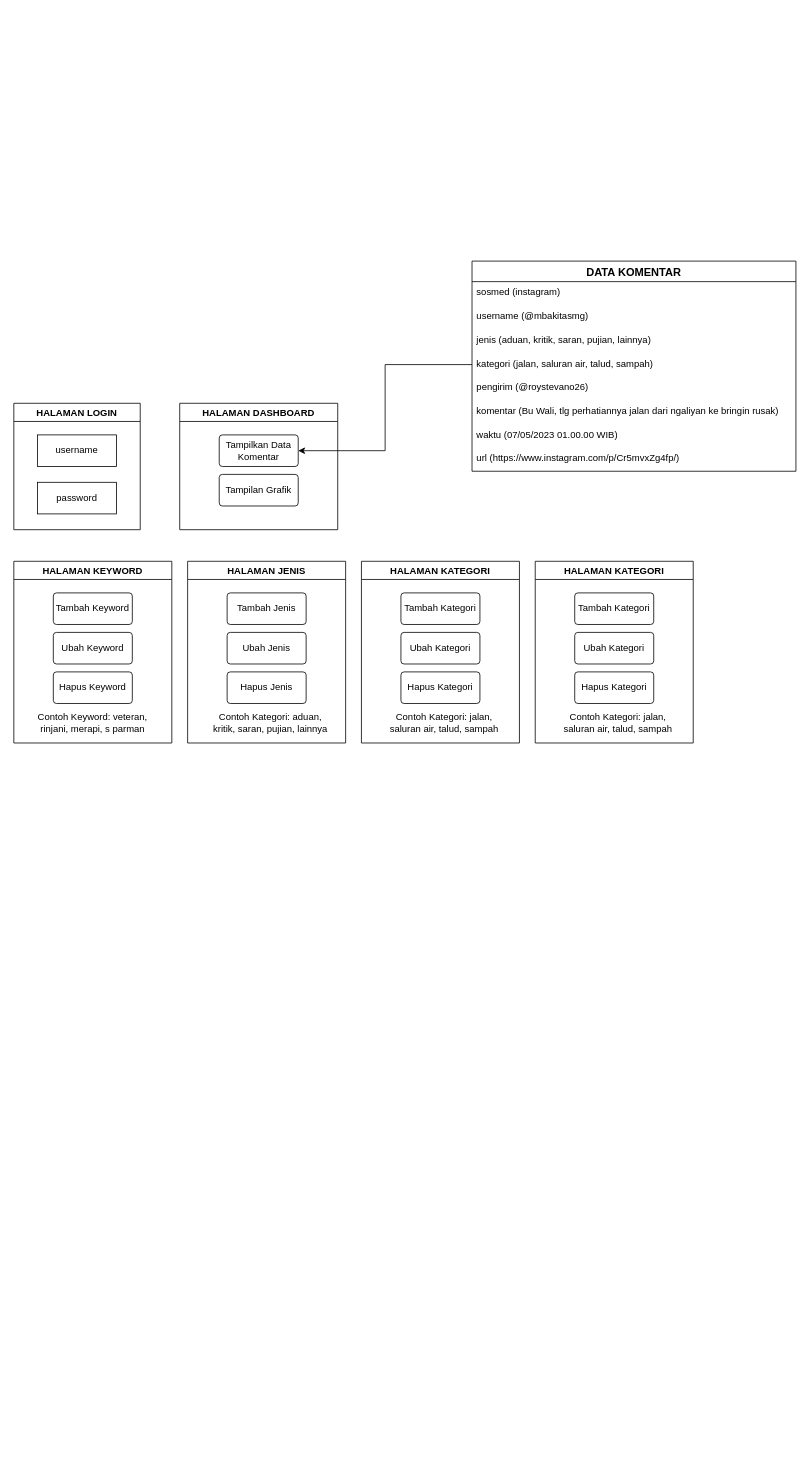
Earlier version of the draw.io diagram Si Pantau Aduan.drawio (thiovan/diagrams.net). Source tidied: cells renumbered, new cells numbered last; positions are measured from the earlier drawing's top-left corner, leaving out a move shared by most shapes. Both pictures are drawn from the tidied source at 79%, with x=0, y=0 at pixel (13, 261).
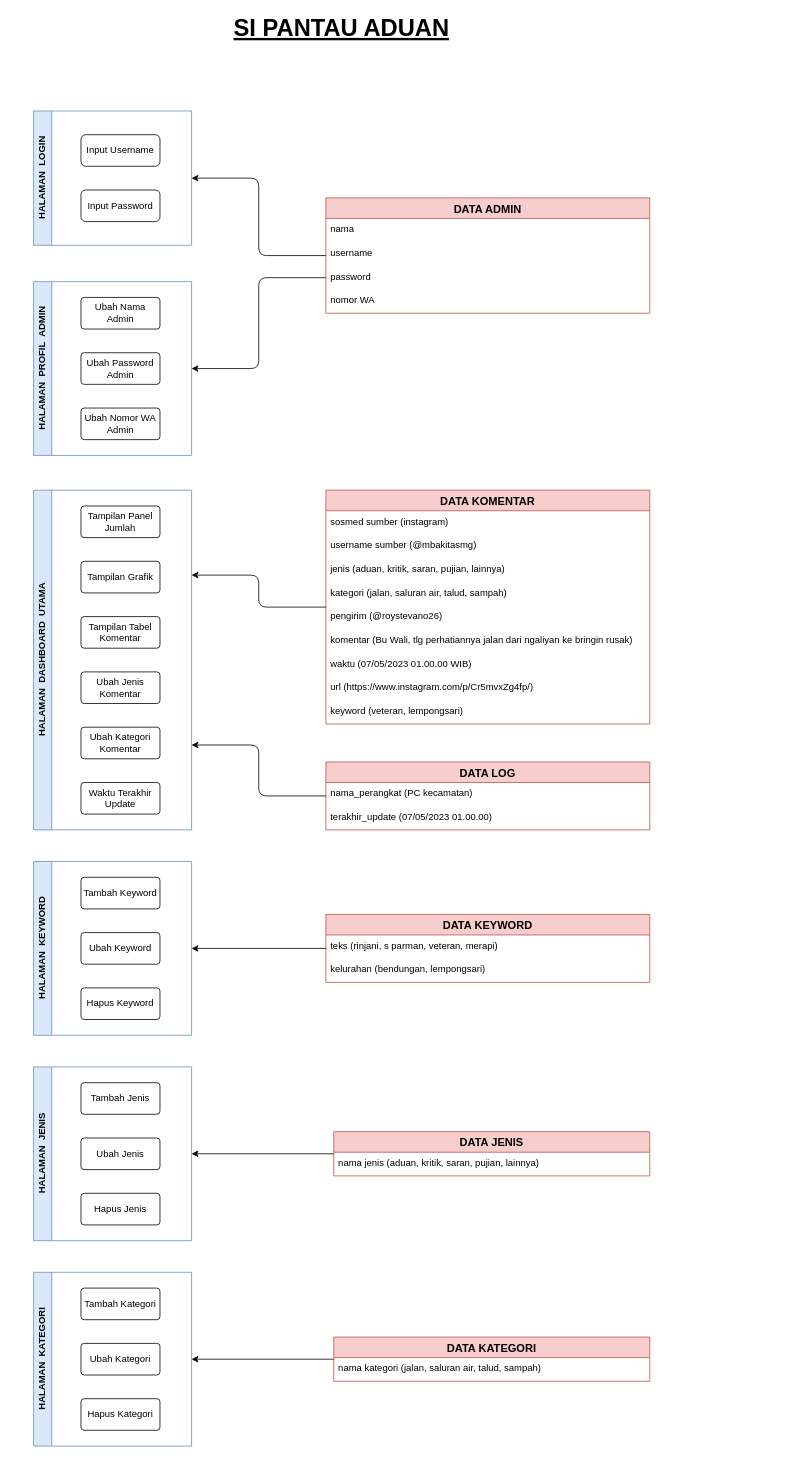
After the change.

The change refers to these unchanged cells:
```xml
<mxCell id="32" value="kategori (jalan, saluran air, talud, sampah)" style="text;strokeColor=none;fillColor=none;spacingLeft=4;spacingRight=4;overflow=hidden;points=[[0,0.5],[1,0.5]];portConstraint=eastwest;fontSize=12;" parent="28" vertex="1">
  <mxGeometry y="116" width="410" height="30" as="geometry" />
</mxCell>
```

Change to the diagram source:
```diff
@@
-    <mxCell id="2" value="HALAMAN LOGIN" style="swimlane;whiteSpace=wrap;html=1;" parent="1" vertex="1">
-      <mxGeometry y="180" width="160" height="160" as="geometry" />
-    </mxCell>
-    <mxCell id="3" value="username" style="whiteSpace=wrap;html=1;align=center;" parent="2" vertex="1">
-      <mxGeometry x="30" y="40" width="100" height="40" as="geometry" />
-    </mxCell>
-    <mxCell id="4" value="password" style="whiteSpace=wrap;html=1;align=center;" parent="2" vertex="1">
-      <mxGeometry x="30" y="100" width="100" height="40" as="geometry" />
-    </mxCell>
-    <mxCell id="5" value="HALAMAN KEYWORD" style="swimlane;whiteSpace=wrap;html=1;" parent="1" vertex="1">
-      <mxGeometry y="380" width="200" height="230" as="geometry" />
-    </mxCell>
-    <mxCell id="6" value="Tambah Keyword" style="rounded=1;arcSize=10;whiteSpace=wrap;html=1;align=center;" parent="5" vertex="1">
-      <mxGeometry x="50" y="40" width="100" height="40" as="geometry" />
-    </mxCell>
-    <mxCell id="7" value="Ubah Keyword" style="rounded=1;arcSize=10;whiteSpace=wrap;html=1;align=center;" parent="5" vertex="1">
-      <mxGeometry x="50" y="90" width="100" height="40" as="geometry" />
-    </mxCell>
-    <mxCell id="8" value="Hapus Keyword" style="rounded=1;arcSize=10;whiteSpace=wrap;html=1;align=center;" parent="5" vertex="1">
-      <mxGeometry x="50" y="140" width="100" height="40" as="geometry" />
-    </mxCell>
-    <mxCell id="9" value="Contoh Keyword: veteran, rinjani, merapi, s parman" style="text;html=1;strokeColor=none;fillColor=none;align=center;verticalAlign=middle;whiteSpace=wrap;rounded=0;" parent="5" vertex="1">
-      <mxGeometry x="20" y="190" width="160" height="30" as="geometry" />
-    </mxCell>
-    <mxCell id="10" value="HALAMAN JENIS" style="swimlane;whiteSpace=wrap;html=1;" parent="1" vertex="1">
-      <mxGeometry x="220" y="380" width="200" height="230" as="geometry" />
-    </mxCell>
-    <mxCell id="11" value="Tambah Jenis" style="rounded=1;arcSize=10;whiteSpace=wrap;html=1;align=center;" parent="10" vertex="1">
-      <mxGeometry x="50" y="40" width="100" height="40" as="geometry" />
-    </mxCell>
-    <mxCell id="12" value="Ubah Jenis" style="rounded=1;arcSize=10;whiteSpace=wrap;html=1;align=center;" parent="10" vertex="1">
-      <mxGeometry x="50" y="90" width="100" height="40" as="geometry" />
-    </mxCell>
-    <mxCell id="13" value="Hapus Jenis" style="rounded=1;arcSize=10;whiteSpace=wrap;html=1;align=center;" parent="10" vertex="1">
-      <mxGeometry x="50" y="140" width="100" height="40" as="geometry" />
-    </mxCell>
-    <mxCell id="14" value="Contoh Kategori: aduan, kritik, saran, pujian, lainnya" style="text;html=1;strokeColor=none;fillColor=none;align=center;verticalAlign=middle;whiteSpace=wrap;rounded=0;" parent="10" vertex="1">
-      <mxGeometry x="25" y="190" width="160" height="30" as="geometry" />
-    </mxCell>
-    <mxCell id="15" value="HALAMAN KATEGORI" style="swimlane;whiteSpace=wrap;html=1;" parent="1" vertex="1">
-      <mxGeometry x="440" y="380" width="200" height="230" as="geometry" />
-    </mxCell>
-    <mxCell id="16" value="Tambah Kategori" style="rounded=1;arcSize=10;whiteSpace=wrap;html=1;align=center;" parent="15" vertex="1">
-      <mxGeometry x="50" y="40" width="100" height="40" as="geometry" />
-    </mxCell>
-    <mxCell id="17" value="Ubah Kategori" style="rounded=1;arcSize=10;whiteSpace=wrap;html=1;align=center;" parent="15" vertex="1">
-      <mxGeometry x="50" y="90" width="100" height="40" as="geometry" />
-    </mxCell>
-    <mxCell id="18" value="Hapus Kategori" style="rounded=1;arcSize=10;whiteSpace=wrap;html=1;align=center;" parent="15" vertex="1">
-      <mxGeometry x="50" y="140" width="100" height="40" as="geometry" />
-    </mxCell>
-    <mxCell id="19" value="Contoh Kategori: jalan, saluran air, talud, sampah" style="text;html=1;strokeColor=none;fillColor=none;align=center;verticalAlign=middle;whiteSpace=wrap;rounded=0;" parent="15" vertex="1">
-      <mxGeometry x="25" y="190" width="160" height="30" as="geometry" />
-    </mxCell>
-    <mxCell id="20" value="HALAMAN KATEGORI" style="swimlane;whiteSpace=wrap;html=1;" parent="1" vertex="1">
-      <mxGeometry x="660" y="380" width="200" height="230" as="geometry" />
-    </mxCell>
-    <mxCell id="21" value="Tambah Kategori" style="rounded=1;arcSize=10;whiteSpace=wrap;html=1;align=center;" parent="20" vertex="1">
-      <mxGeometry x="50" y="40" width="100" height="40" as="geometry" />
-    </mxCell>
-    <mxCell id="22" value="Ubah Kategori" style="rounded=1;arcSize=10;whiteSpace=wrap;html=1;align=center;" parent="20" vertex="1">
-      <mxGeometry x="50" y="90" width="100" height="40" as="geometry" />
-    </mxCell>
-    <mxCell id="23" value="Hapus Kategori" style="rounded=1;arcSize=10;whiteSpace=wrap;html=1;align=center;" parent="20" vertex="1">
-      <mxGeometry x="50" y="140" width="100" height="40" as="geometry" />
-    </mxCell>
-    <mxCell id="24" value="Contoh Kategori: jalan, saluran air, talud, sampah" style="text;html=1;strokeColor=none;fillColor=none;align=center;verticalAlign=middle;whiteSpace=wrap;rounded=0;" parent="20" vertex="1">
-      <mxGeometry x="25" y="190" width="160" height="30" as="geometry" />
-    </mxCell>
-    <mxCell id="25" value="HALAMAN DASHBOARD" style="swimlane;whiteSpace=wrap;html=1;" parent="1" vertex="1">
-      <mxGeometry x="210" y="180" width="200" height="160" as="geometry" />
-    </mxCell>
-    <mxCell id="26" value="Tampilkan Data Komentar" style="rounded=1;arcSize=10;whiteSpace=wrap;html=1;align=center;" parent="25" vertex="1">
-      <mxGeometry x="50" y="40" width="100" height="40" as="geometry" />
-    </mxCell>
-    <mxCell id="27" value="Tampilan Grafik" style="rounded=1;arcSize=10;whiteSpace=wrap;html=1;align=center;" parent="25" vertex="1">
-      <mxGeometry x="50" y="90" width="100" height="40" as="geometry" />
-    </mxCell>
-    <mxCell id="28" value="DATA KOMENTAR" style="swimlane;fontStyle=1;horizontal=1;startSize=26;align=center;fontSize=14;" parent="1" vertex="1">
-      <mxGeometry x="580" width="410" height="266" as="geometry" />
+    <mxCell id="28" value="DATA KOMENTAR" style="swimlane;fontStyle=1;horizontal=1;startSize=26;align=center;fontSize=14;fillColor=#f8cecc;strokeColor=#b85450;" parent="1" vertex="1">
+      <mxGeometry x="395" y="290" width="410" height="296" as="geometry" />
     </mxCell>
-    <mxCell id="29" value="sosmed (instagram)" style="text;strokeColor=none;fillColor=none;spacingLeft=4;spacingRight=4;overflow=hidden;fontSize=12;" parent="28" vertex="1">
+    <mxCell id="29" value="sosmed sumber (instagram)" style="text;strokeColor=none;fillColor=none;spacingLeft=4;spacingRight=4;overflow=hidden;fontSize=12;" parent="28" vertex="1">
       <mxGeometry y="26" width="410" height="30" as="geometry" />
     </mxCell>
-    <mxCell id="30" value="username (@mbakitasmg)" style="text;strokeColor=none;fillColor=none;spacingLeft=4;spacingRight=4;overflow=hidden;fontSize=12;" parent="28" vertex="1">
+    <mxCell id="30" value="username sumber (@mbakitasmg)" style="text;strokeColor=none;fillColor=none;spacingLeft=4;spacingRight=4;overflow=hidden;fontSize=12;" parent="28" vertex="1">
       <mxGeometry y="56" width="410" height="30" as="geometry" />
     </mxCell>
@@
-    <mxCell id="37" style="edgeStyle=orthogonalEdgeStyle;rounded=0;jettySize=auto;html=1;exitX=0;exitY=0.5;exitDx=0;exitDy=0;entryX=1;entryY=0.5;entryDx=0;entryDy=0;" parent="1" edge="1" source="32" target="26">
-      <mxGeometry relative="1" as="geometry" />
-    </mxCell>
+    <mxCell id="38" value="keyword (veteran, lempongsari)" style="text;strokeColor=none;fillColor=none;spacingLeft=4;spacingRight=4;overflow=hidden;fontSize=12;" parent="28" vertex="1">
+      <mxGeometry y="266" width="410" height="30" as="geometry" />
+    </mxCell>
+    <mxCell id="2" value="HALAMAN&amp;nbsp; LOGIN" style="swimlane;horizontal=0;whiteSpace=wrap;html=1;rounded=0;fillColor=#dae8fc;strokeColor=#6c8ebf;" parent="1" vertex="1">
+      <mxGeometry x="25" y="-190" width="200" height="170" as="geometry" />
+    </mxCell>
+    <mxCell id="3" value="Input Username" style="whiteSpace=wrap;html=1;align=center;rounded=1;" parent="2" vertex="1">
+      <mxGeometry x="60" y="30" width="100" height="40" as="geometry" />
+    </mxCell>
+    <mxCell id="4" value="Input Password" style="whiteSpace=wrap;html=1;align=center;rounded=1;" parent="2" vertex="1">
+      <mxGeometry x="60" y="100" width="100" height="40" as="geometry" />
+    </mxCell>
+    <mxCell id="39" value="DATA ADMIN" style="swimlane;fontStyle=1;horizontal=1;startSize=26;align=center;fontSize=14;fillColor=#f8cecc;strokeColor=#b85450;" parent="1" vertex="1">
+      <mxGeometry x="395" y="-80" width="410" height="146" as="geometry" />
+    </mxCell>
+    <mxCell id="40" value="nama" style="text;strokeColor=none;fillColor=none;spacingLeft=4;spacingRight=4;overflow=hidden;fontSize=12;" parent="39" vertex="1">
+      <mxGeometry y="26" width="410" height="30" as="geometry" />
+    </mxCell>
+    <mxCell id="41" value="username" style="text;strokeColor=none;fillColor=none;spacingLeft=4;spacingRight=4;overflow=hidden;fontSize=12;" parent="39" vertex="1">
+      <mxGeometry y="56" width="410" height="30" as="geometry" />
+    </mxCell>
+    <mxCell id="42" value="password" style="text;strokeColor=none;fillColor=none;spacingLeft=4;spacingRight=4;overflow=hidden;points=[[0,0.5],[1,0.5]];portConstraint=eastwest;fontSize=12;" parent="39" vertex="1">
+      <mxGeometry y="86" width="410" height="30" as="geometry" />
+    </mxCell>
+    <mxCell id="43" value="nomor WA" style="text;strokeColor=none;fillColor=none;spacingLeft=4;spacingRight=4;overflow=hidden;fontSize=12;" parent="39" vertex="1">
+      <mxGeometry y="116" width="410" height="30" as="geometry" />
+    </mxCell>
+    <mxCell id="44" value="HALAMAN&amp;nbsp; DASHBOARD&amp;nbsp; UTAMA" style="swimlane;horizontal=0;whiteSpace=wrap;html=1;rounded=0;fillColor=#dae8fc;strokeColor=#6c8ebf;" parent="1" vertex="1">
+      <mxGeometry x="25" y="290" width="200" height="430" as="geometry" />
+    </mxCell>
+    <mxCell id="27" value="Tampilan Grafik" style="rounded=1;arcSize=10;whiteSpace=wrap;html=1;align=center;" parent="44" vertex="1">
+      <mxGeometry x="60" y="90" width="100" height="40" as="geometry" />
+    </mxCell>
+    <mxCell id="26" value="Tampilan Tabel Komentar" style="rounded=1;arcSize=10;whiteSpace=wrap;html=1;align=center;" parent="44" vertex="1">
+      <mxGeometry x="60" y="160" width="100" height="40" as="geometry" />
+    </mxCell>
+    <mxCell id="45" value="Tampilan Panel Jumlah" style="rounded=1;arcSize=10;whiteSpace=wrap;html=1;align=center;" parent="44" vertex="1">
+      <mxGeometry x="60" y="20" width="100" height="40" as="geometry" />
+    </mxCell>
+    <mxCell id="46" value="Ubah Jenis Komentar" style="rounded=1;arcSize=10;whiteSpace=wrap;html=1;align=center;" parent="44" vertex="1">
+      <mxGeometry x="60" y="230" width="100" height="40" as="geometry" />
+    </mxCell>
+    <mxCell id="47" value="Ubah Kategori Komentar" style="rounded=1;arcSize=10;whiteSpace=wrap;html=1;align=center;" parent="44" vertex="1">
+      <mxGeometry x="60" y="300" width="100" height="40" as="geometry" />
+    </mxCell>
+    <mxCell id="48" value="Waktu Terakhir Update" style="rounded=1;arcSize=10;whiteSpace=wrap;html=1;align=center;" parent="44" vertex="1">
+      <mxGeometry x="60" y="370" width="100" height="40" as="geometry" />
+    </mxCell>
+    <mxCell id="49" value="DATA LOG" style="swimlane;fontStyle=1;horizontal=1;startSize=26;align=center;fontSize=14;fillColor=#f8cecc;strokeColor=#b85450;" parent="1" vertex="1">
+      <mxGeometry x="395" y="634" width="410" height="86" as="geometry" />
+    </mxCell>
+    <mxCell id="50" value="nama_perangkat (PC kecamatan)" style="text;strokeColor=none;fillColor=none;spacingLeft=4;spacingRight=4;overflow=hidden;fontSize=12;" parent="49" vertex="1">
+      <mxGeometry y="26" width="410" height="30" as="geometry" />
+    </mxCell>
+    <mxCell id="51" value="terakhir_update (07/05/2023 01.00.00)" style="text;strokeColor=none;fillColor=none;spacingLeft=4;spacingRight=4;overflow=hidden;fontSize=12;" parent="49" vertex="1">
+      <mxGeometry y="56" width="410" height="30" as="geometry" />
+    </mxCell>
+    <mxCell id="5" value="HALAMAN&amp;nbsp; KEYWORD" style="swimlane;horizontal=0;whiteSpace=wrap;html=1;rounded=0;fillColor=#dae8fc;strokeColor=#6c8ebf;" parent="1" vertex="1">
+      <mxGeometry x="25" y="760" width="200" height="220" as="geometry" />
+    </mxCell>
+    <mxCell id="6" value="Tambah Keyword" style="rounded=1;arcSize=10;whiteSpace=wrap;html=1;align=center;" parent="5" vertex="1">
+      <mxGeometry x="60" y="20" width="100" height="40" as="geometry" />
+    </mxCell>
+    <mxCell id="7" value="Ubah Keyword" style="rounded=1;arcSize=10;whiteSpace=wrap;html=1;align=center;" parent="5" vertex="1">
+      <mxGeometry x="60" y="90" width="100" height="40" as="geometry" />
+    </mxCell>
+    <mxCell id="8" value="Hapus Keyword" style="rounded=1;arcSize=10;whiteSpace=wrap;html=1;align=center;" parent="5" vertex="1">
+      <mxGeometry x="60" y="160" width="100" height="40" as="geometry" />
+    </mxCell>
+    <mxCell id="52" value="DATA KEYWORD" style="swimlane;fontStyle=1;horizontal=1;startSize=26;align=center;fontSize=14;fillColor=#f8cecc;strokeColor=#b85450;" parent="1" vertex="1">
+      <mxGeometry x="395" y="827" width="410" height="86" as="geometry" />
+    </mxCell>
+    <mxCell id="53" value="teks (rinjani, s parman, veteran, merapi)" style="text;strokeColor=none;fillColor=none;spacingLeft=4;spacingRight=4;overflow=hidden;fontSize=12;" parent="52" vertex="1">
+      <mxGeometry y="26" width="410" height="30" as="geometry" />
+    </mxCell>
+    <mxCell id="54" value="kelurahan (bendungan, lempongsari)" style="text;strokeColor=none;fillColor=none;spacingLeft=4;spacingRight=4;overflow=hidden;fontSize=12;" parent="52" vertex="1">
+      <mxGeometry y="56" width="410" height="30" as="geometry" />
+    </mxCell>
+    <mxCell id="10" value="HALAMAN&amp;nbsp; JENIS" style="swimlane;horizontal=0;whiteSpace=wrap;html=1;rounded=0;fillColor=#dae8fc;strokeColor=#6c8ebf;" parent="1" vertex="1">
+      <mxGeometry x="25" y="1020" width="200" height="220" as="geometry" />
+    </mxCell>
+    <mxCell id="11" value="Tambah Jenis" style="rounded=1;arcSize=10;whiteSpace=wrap;html=1;align=center;" parent="10" vertex="1">
+      <mxGeometry x="60" y="20" width="100" height="40" as="geometry" />
+    </mxCell>
+    <mxCell id="12" value="Ubah Jenis" style="rounded=1;arcSize=10;whiteSpace=wrap;html=1;align=center;" parent="10" vertex="1">
+      <mxGeometry x="60" y="90" width="100" height="40" as="geometry" />
+    </mxCell>
+    <mxCell id="13" value="Hapus Jenis" style="rounded=1;arcSize=10;whiteSpace=wrap;html=1;align=center;" parent="10" vertex="1">
+      <mxGeometry x="60" y="160" width="100" height="40" as="geometry" />
+    </mxCell>
+    <mxCell id="55" value="DATA JENIS" style="swimlane;fontStyle=1;horizontal=1;startSize=26;align=center;fontSize=14;fillColor=#f8cecc;strokeColor=#b85450;" parent="1" vertex="1">
+      <mxGeometry x="405" y="1102" width="400" height="56" as="geometry" />
+    </mxCell>
+    <mxCell id="56" value="nama jenis (aduan, kritik, saran, pujian, lainnya)" style="text;strokeColor=none;fillColor=none;spacingLeft=4;spacingRight=4;overflow=hidden;fontSize=12;" parent="55" vertex="1">
+      <mxGeometry y="26" width="400" height="30" as="geometry" />
+    </mxCell>
+    <mxCell id="57" value="HALAMAN&amp;nbsp; KATEGORI" style="swimlane;horizontal=0;whiteSpace=wrap;html=1;rounded=0;fillColor=#dae8fc;strokeColor=#6c8ebf;" parent="1" vertex="1">
+      <mxGeometry x="25" y="1280" width="200" height="220" as="geometry" />
+    </mxCell>
+    <mxCell id="58" value="Tambah Kategori" style="rounded=1;arcSize=10;whiteSpace=wrap;html=1;align=center;" parent="57" vertex="1">
+      <mxGeometry x="60" y="20" width="100" height="40" as="geometry" />
+    </mxCell>
+    <mxCell id="59" value="Ubah Kategori" style="rounded=1;arcSize=10;whiteSpace=wrap;html=1;align=center;" parent="57" vertex="1">
+      <mxGeometry x="60" y="90" width="100" height="40" as="geometry" />
+    </mxCell>
+    <mxCell id="60" value="Hapus Kategori" style="rounded=1;arcSize=10;whiteSpace=wrap;html=1;align=center;" parent="57" vertex="1">
+      <mxGeometry x="60" y="160" width="100" height="40" as="geometry" />
+    </mxCell>
+    <mxCell id="61" value="DATA KATEGORI" style="swimlane;fontStyle=1;horizontal=1;startSize=26;align=center;fontSize=14;fillColor=#f8cecc;strokeColor=#b85450;" parent="1" vertex="1">
+      <mxGeometry x="405" y="1362" width="400" height="56" as="geometry" />
+    </mxCell>
+    <mxCell id="62" value="nama kategori (jalan, saluran air, talud, sampah)" style="text;strokeColor=none;fillColor=none;spacingLeft=4;spacingRight=4;overflow=hidden;fontSize=12;" parent="61" vertex="1">
+      <mxGeometry y="26" width="400" height="30" as="geometry" />
+    </mxCell>
+    <mxCell id="63" style="edgeStyle=orthogonalEdgeStyle;rounded=1;jettySize=auto;html=1;entryX=1;entryY=0.5;entryDx=0;entryDy=0;" parent="1" edge="1" source="39" target="2">
+      <mxGeometry relative="1" as="geometry" />
+    </mxCell>
+    <mxCell id="64" style="edgeStyle=orthogonalEdgeStyle;rounded=1;jettySize=auto;html=1;entryX=1;entryY=0.25;entryDx=0;entryDy=0;" parent="1" edge="1" source="28" target="44">
+      <mxGeometry relative="1" as="geometry" />
+    </mxCell>
+    <mxCell id="65" style="edgeStyle=orthogonalEdgeStyle;rounded=1;jettySize=auto;html=1;entryX=1;entryY=0.75;entryDx=0;entryDy=0;" parent="1" edge="1" source="49" target="44">
+      <mxGeometry relative="1" as="geometry" />
+    </mxCell>
+    <mxCell id="66" style="edgeStyle=orthogonalEdgeStyle;rounded=1;jettySize=auto;html=1;entryX=1;entryY=0.5;entryDx=0;entryDy=0;" parent="1" edge="1" source="52" target="5">
+      <mxGeometry relative="1" as="geometry" />
+    </mxCell>
+    <mxCell id="67" style="edgeStyle=orthogonalEdgeStyle;rounded=1;jettySize=auto;html=1;entryX=1;entryY=0.5;entryDx=0;entryDy=0;" parent="1" edge="1" source="55" target="10">
+      <mxGeometry relative="1" as="geometry" />
+    </mxCell>
+    <mxCell id="68" style="edgeStyle=orthogonalEdgeStyle;rounded=1;jettySize=auto;html=1;entryX=1;entryY=0.5;entryDx=0;entryDy=0;" parent="1" edge="1" source="61" target="57">
+      <mxGeometry relative="1" as="geometry" />
+    </mxCell>
+    <mxCell id="69" value="SI PANTAU ADUAN" style="text;html=1;strokeColor=none;fillColor=none;align=center;verticalAlign=middle;whiteSpace=wrap;rounded=0;fontSize=30;fontStyle=5;" parent="1" vertex="1">
+      <mxGeometry x="245" y="-310" width="340" height="30" as="geometry" />
+    </mxCell>
+    <mxCell id="70" value="HALAMAN&amp;nbsp; PROFIL&amp;nbsp; ADMIN" style="swimlane;horizontal=0;whiteSpace=wrap;html=1;rounded=0;fillColor=#dae8fc;strokeColor=#6c8ebf;" parent="1" vertex="1">
+      <mxGeometry x="25" y="26" width="200" height="220" as="geometry" />
+    </mxCell>
+    <mxCell id="71" value="Ubah Nama Admin" style="rounded=1;arcSize=10;whiteSpace=wrap;html=1;align=center;" parent="70" vertex="1">
+      <mxGeometry x="60" y="20" width="100" height="40" as="geometry" />
+    </mxCell>
+    <mxCell id="72" value="Ubah Password Admin" style="rounded=1;arcSize=10;whiteSpace=wrap;html=1;align=center;" parent="70" vertex="1">
+      <mxGeometry x="60" y="90" width="100" height="40" as="geometry" />
+    </mxCell>
+    <mxCell id="73" value="Ubah Nomor WA&lt;br&gt;Admin" style="rounded=1;arcSize=10;whiteSpace=wrap;html=1;align=center;" parent="70" vertex="1">
+      <mxGeometry x="60" y="160" width="100" height="40" as="geometry" />
+    </mxCell>
+    <mxCell id="74" style="edgeStyle=orthogonalEdgeStyle;rounded=1;jettySize=auto;html=1;exitX=0;exitY=0.5;exitDx=0;exitDy=0;fontSize=30;" parent="1" edge="1" source="42" target="70">
+      <mxGeometry relative="1" as="geometry" />
+    </mxCell>
```
